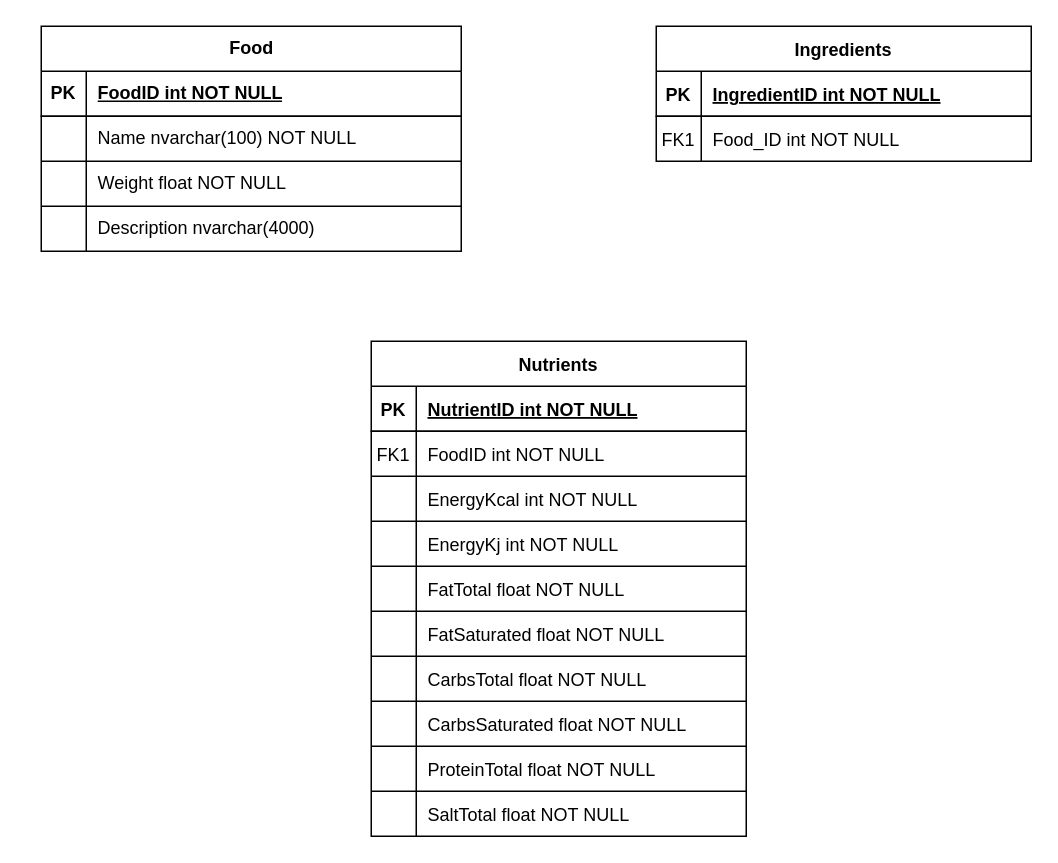
Above: docs/Database Food.drawio in dod0lp/Food-Database (draw.io), before the change. Source tidied: cells renumbered, new cells numbered last; positions are measured from the earlier drawing's top-left corner, leaving out a move shared by most shapes. Both pictures are drawn from the tidied source at 150%, with x=0, y=0 at pixel (40, 26).
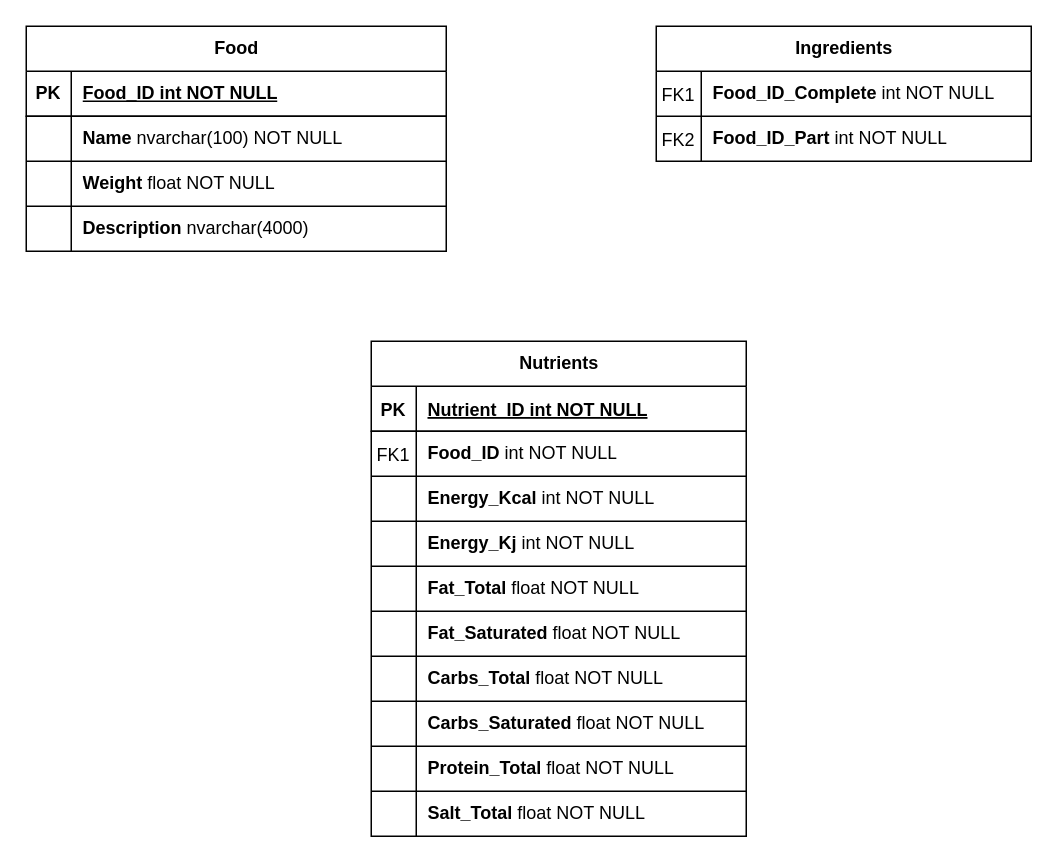
Above is the later version.

Commit message:
Entity diagram looks done

Unchanged cells that the change refers to:
```xml
<mxCell id="10" style="shape=partialRectangle;fillColor=none;top=0;left=0;right=0;bottom=1;" parent="9" vertex="1">
  <mxGeometry y="30" width="250" height="30" as="geometry" />
</mxCell>
<mxCell id="13" style="shape=partialRectangle;fillColor=none;top=0;left=0;right=0;bottom=0;" parent="9" vertex="1">
  <mxGeometry y="60" width="250" height="30" as="geometry" />
</mxCell>
<mxCell id="16" style="shape=partialRectangle;fillColor=none;top=0;left=0;right=0;bottom=0;" parent="9" vertex="1">
  <mxGeometry y="90" width="250" height="30" as="geometry" />
</mxCell>
<mxCell id="19" style="shape=partialRectangle;fillColor=none;top=0;left=0;right=0;bottom=0;" parent="9" vertex="1">
  <mxGeometry y="120" width="250" height="30" as="geometry" />
</mxCell>
<mxCell id="22" style="shape=partialRectangle;fillColor=none;top=0;left=0;right=0;bottom=0;" parent="9" vertex="1">
  <mxGeometry y="150" width="250" height="30" as="geometry" />
</mxCell>
<mxCell id="25" style="shape=partialRectangle;fillColor=none;top=0;left=0;right=0;bottom=0;" parent="9" vertex="1">
  <mxGeometry y="180" width="250" height="30" as="geometry" />
</mxCell>
<mxCell id="28" style="shape=partialRectangle;fillColor=none;top=0;left=0;right=0;bottom=0;" parent="9" vertex="1">
  <mxGeometry y="210" width="250" height="30" as="geometry" />
</mxCell>
<mxCell id="31" style="shape=partialRectangle;fillColor=none;top=0;left=0;right=0;bottom=0;" parent="9" vertex="1">
  <mxGeometry y="240" width="250" height="30" as="geometry" />
</mxCell>
<mxCell id="34" style="shape=partialRectangle;fillColor=none;top=0;left=0;right=0;bottom=0;" parent="9" vertex="1">
  <mxGeometry y="270" width="250" height="30" as="geometry" />
</mxCell>
<mxCell id="37" style="shape=partialRectangle;fillColor=none;top=0;left=0;right=0;bottom=0;" parent="9" vertex="1">
  <mxGeometry y="300" width="250" height="30" as="geometry" />
</mxCell>
<mxCell id="42" style="shape=tableRow;horizontal=0;startSize=0;swimlaneHead=0;swimlaneBody=0;fillColor=none;top=0;left=0;right=0;bottom=1;" parent="41" vertex="1">
  <mxGeometry y="30" width="280" height="30" as="geometry" />
</mxCell>
<mxCell id="45" style="shape=tableRow;horizontal=0;startSize=0;swimlaneHead=0;swimlaneBody=0;fillColor=none;top=0;left=0;right=0;bottom=0;" parent="41" vertex="1">
  <mxGeometry y="60" width="280" height="30" as="geometry" />
</mxCell>
<mxCell id="48" style="shape=tableRow;horizontal=0;startSize=0;swimlaneHead=0;swimlaneBody=0;fillColor=none;top=0;left=0;right=0;bottom=0;" parent="41" vertex="1">
  <mxGeometry y="90" width="280" height="30" as="geometry" />
</mxCell>
<mxCell id="51" style="shape=tableRow;horizontal=0;startSize=0;swimlaneHead=0;swimlaneBody=0;fillColor=none;top=0;left=0;right=0;bottom=0;" parent="41" vertex="1">
  <mxGeometry y="120" width="280" height="30" as="geometry" />
</mxCell>
```

The edit, as a diff of the source:
```diff
@@
-    <mxCell id="2" value="Ingredients" style="shape=table;startSize=30;childLayout=tableLayout;rowLines=1;fontStyle=1;align=center;" parent="1" vertex="1">
+    <mxCell id="2" value="Ingredients" style="shape=table;startSize=30;childLayout=tableLayout;rowLines=1;fontStyle=1;align=center;html=1;" parent="1" vertex="1">
       <mxGeometry x="410" width="250" height="90" as="geometry" />
     </mxCell>
-    <mxCell id="3" style="shape=partialRectangle;fillColor=none;top=0;left=0;right=0;bottom=1;" parent="2" vertex="1">
-      <mxGeometry y="30" width="250" height="30" as="geometry" />
-    </mxCell>
-    <mxCell id="4" value="PK" style="shape=partialRectangle;overflow=hidden;fillColor=none;top=0;left=0;bottom=0;right=0;fontStyle=1;" parent="3" vertex="1">
-      <mxGeometry width="30" height="30" as="geometry" />
-    </mxCell>
-    <mxCell id="5" value="IngredientID int NOT NULL" style="shape=partialRectangle;overflow=hidden;fillColor=none;top=0;left=0;bottom=0;right=0;align=left;spacingLeft=6;fontStyle=5;" parent="3" vertex="1">
-      <mxGeometry x="30" width="220" height="30" as="geometry" />
-    </mxCell>
     <mxCell id="6" style="shape=partialRectangle;fillColor=none;top=0;left=0;right=0;bottom=0;" parent="2" vertex="1">
-      <mxGeometry y="60" width="250" height="30" as="geometry" />
+      <mxGeometry y="30" width="250" height="30" as="geometry" />
     </mxCell>
@@
-    <mxCell id="8" value="Food_ID int NOT NULL" style="shape=partialRectangle;overflow=hidden;fillColor=none;top=0;left=0;bottom=0;right=0;align=left;spacingLeft=6;" parent="6" vertex="1">
+    <mxCell id="8" value="&lt;b&gt;Food_ID_Complete &lt;/b&gt;int NOT NULL" style="shape=partialRectangle;overflow=hidden;fillColor=none;top=0;left=0;bottom=0;right=0;align=left;spacingLeft=6;fontStyle=0;verticalAlign=middle;html=1;" parent="6" vertex="1">
       <mxGeometry x="30" width="220" height="30" as="geometry" />
     </mxCell>
+    <mxCell id="54" style="shape=partialRectangle;fillColor=none;top=0;left=0;right=0;bottom=0;" parent="2" vertex="1">
+      <mxGeometry y="60" width="250" height="30" as="geometry" />
+    </mxCell>
+    <mxCell id="55" value="FK2" style="shape=partialRectangle;overflow=hidden;fillColor=none;top=0;left=0;bottom=0;right=0;" parent="54" vertex="1">
+      <mxGeometry width="30" height="30" as="geometry" />
+    </mxCell>
+    <mxCell id="56" value="&lt;b&gt;Food_ID_Part&lt;/b&gt; int NOT NULL" style="shape=partialRectangle;overflow=hidden;fillColor=none;top=0;left=0;bottom=0;right=0;align=left;spacingLeft=6;html=1;" parent="54" vertex="1">
+      <mxGeometry x="30" width="220" height="30" as="geometry" />
+    </mxCell>
-    <mxCell id="9" value="Nutrients" style="shape=table;startSize=30;childLayout=tableLayout;rowLines=1;fontStyle=1;align=center;" parent="1" vertex="1">
+    <mxCell id="9" value="Nutrients" style="shape=table;startSize=30;childLayout=tableLayout;rowLines=1;fontStyle=1;align=center;html=1;strokeColor=default;fillColor=default;" parent="1" vertex="1">
       <mxGeometry x="220" y="210" width="250" height="330" as="geometry" />
     </mxCell>
@@
-    <mxCell id="12" value="NutrientID int NOT NULL " style="shape=partialRectangle;overflow=hidden;fillColor=none;top=0;left=0;bottom=0;right=0;align=left;spacingLeft=6;fontStyle=5;" parent="10" vertex="1">
+    <mxCell id="12" value="Nutrient_ID int NOT NULL " style="shape=partialRectangle;overflow=hidden;fillColor=none;top=0;left=0;bottom=0;right=0;align=left;spacingLeft=6;fontStyle=5;" parent="10" vertex="1">
       <mxGeometry x="30" width="220" height="30" as="geometry" />
     </mxCell>
@@
-    <mxCell id="15" value="FoodID int NOT NULL" style="shape=partialRectangle;overflow=hidden;fillColor=none;top=0;left=0;bottom=0;right=0;align=left;spacingLeft=6;" parent="13" vertex="1">
+    <mxCell id="15" value="&lt;b&gt;Food_ID &lt;/b&gt;int NOT NULL" style="shape=partialRectangle;overflow=hidden;fillColor=none;top=0;left=0;bottom=0;right=0;align=left;spacingLeft=6;fontStyle=0;html=1;" parent="13" vertex="1">
       <mxGeometry x="30" width="220" height="30" as="geometry" />
     </mxCell>
@@
-    <mxCell id="18" value="EnergyKcal int NOT NULL" style="shape=partialRectangle;overflow=hidden;fillColor=none;top=0;left=0;bottom=0;right=0;align=left;spacingLeft=6;" parent="16" vertex="1">
+    <mxCell id="18" value="&lt;b&gt;Energy_Kcal&lt;/b&gt; int NOT NULL" style="shape=partialRectangle;overflow=hidden;fillColor=none;top=0;left=0;bottom=0;right=0;align=left;spacingLeft=6;fontStyle=0;html=1;" parent="16" vertex="1">
       <mxGeometry x="30" width="220" height="30" as="geometry" />
     </mxCell>
@@
-    <mxCell id="21" value="EnergyKj int NOT NULL" style="shape=partialRectangle;overflow=hidden;fillColor=none;top=0;left=0;bottom=0;right=0;align=left;spacingLeft=6;" parent="19" vertex="1">
+    <mxCell id="21" value="&lt;b&gt;Energy_Kj &lt;/b&gt;int NOT NULL" style="shape=partialRectangle;overflow=hidden;fillColor=none;top=0;left=0;bottom=0;right=0;align=left;spacingLeft=6;html=1;" parent="19" vertex="1">
       <mxGeometry x="30" width="220" height="30" as="geometry" />
     </mxCell>
@@
-    <mxCell id="24" value="FatTotal float NOT NULL" style="shape=partialRectangle;overflow=hidden;fillColor=none;top=0;left=0;bottom=0;right=0;align=left;spacingLeft=6;" parent="22" vertex="1">
+    <mxCell id="24" value="&lt;b&gt;Fat_Total &lt;/b&gt;float NOT NULL" style="shape=partialRectangle;overflow=hidden;fillColor=none;top=0;left=0;bottom=0;right=0;align=left;spacingLeft=6;fontStyle=0;html=1;" parent="22" vertex="1">
       <mxGeometry x="30" width="220" height="30" as="geometry" />
     </mxCell>
@@
-    <mxCell id="27" value="FatSaturated float NOT NULL" style="shape=partialRectangle;overflow=hidden;fillColor=none;top=0;left=0;bottom=0;right=0;align=left;spacingLeft=6;" parent="25" vertex="1">
+    <mxCell id="27" value="&lt;b&gt;Fat_Saturated &lt;/b&gt;float NOT NULL" style="shape=partialRectangle;overflow=hidden;fillColor=none;top=0;left=0;bottom=0;right=0;align=left;spacingLeft=6;html=1;" parent="25" vertex="1">
       <mxGeometry x="30" width="220" height="30" as="geometry" />
     </mxCell>
@@
-    <mxCell id="30" value="CarbsTotal float NOT NULL" style="shape=partialRectangle;overflow=hidden;fillColor=none;top=0;left=0;bottom=0;right=0;align=left;spacingLeft=6;" parent="28" vertex="1">
+    <mxCell id="30" value="&lt;b&gt;Carbs_Total &lt;/b&gt;float NOT NULL" style="shape=partialRectangle;overflow=hidden;fillColor=none;top=0;left=0;bottom=0;right=0;align=left;spacingLeft=6;html=1;" parent="28" vertex="1">
       <mxGeometry x="30" width="220" height="30" as="geometry" />
     </mxCell>
@@
-    <mxCell id="33" value="CarbsSaturated float NOT NULL" style="shape=partialRectangle;overflow=hidden;fillColor=none;top=0;left=0;bottom=0;right=0;align=left;spacingLeft=6;" parent="31" vertex="1">
+    <mxCell id="33" value="&lt;b&gt;Carbs_Saturated &lt;/b&gt;float NOT NULL" style="shape=partialRectangle;overflow=hidden;fillColor=none;top=0;left=0;bottom=0;right=0;align=left;spacingLeft=6;html=1;" parent="31" vertex="1">
       <mxGeometry x="30" width="220" height="30" as="geometry" />
     </mxCell>
@@
-    <mxCell id="36" value="ProteinTotal float NOT NULL" style="shape=partialRectangle;overflow=hidden;fillColor=none;top=0;left=0;bottom=0;right=0;align=left;spacingLeft=6;" parent="34" vertex="1">
+    <mxCell id="36" value="&lt;b&gt;Protein_Total &lt;/b&gt;float NOT NULL" style="shape=partialRectangle;overflow=hidden;fillColor=none;top=0;left=0;bottom=0;right=0;align=left;spacingLeft=6;html=1;" parent="34" vertex="1">
       <mxGeometry x="30" width="220" height="30" as="geometry" />
     </mxCell>
@@
-    <mxCell id="39" value="SaltTotal float NOT NULL" style="shape=partialRectangle;overflow=hidden;fillColor=none;top=0;left=0;bottom=0;right=0;align=left;spacingLeft=6;" parent="37" vertex="1">
+    <mxCell id="39" value="&lt;b&gt;Salt_Total &lt;/b&gt;float NOT NULL" style="shape=partialRectangle;overflow=hidden;fillColor=none;top=0;left=0;bottom=0;right=0;align=left;spacingLeft=6;html=1;" parent="37" vertex="1">
       <mxGeometry x="30" width="220" height="30" as="geometry" />
     </mxCell>
@@
-    <mxCell id="41" value="Food" style="shape=table;startSize=30;childLayout=tableLayout;rowLines=1;fontStyle=1;align=center;html=1;strokeColor=default;fillColor=default;" parent="1" vertex="1">
-      <mxGeometry width="280" height="150" as="geometry" />
+    <mxCell id="41" value="Food" style="shape=table;startSize=30;childLayout=tableLayout;rowLines=1;fontStyle=1;align=center;strokeColor=default;fillColor=default;html=1;" parent="1" vertex="1">
+      <mxGeometry x="-10" width="280" height="150" as="geometry" />
     </mxCell>
@@
-    <mxCell id="44" value="FoodID int NOT NULL" style="shape=partialRectangle;fillColor=none;top=0;left=0;bottom=0;right=0;align=left;spacingLeft=6;fontStyle=5;overflow=hidden;whiteSpace=wrap;html=1;" parent="42" vertex="1">
+    <mxCell id="44" value="Food_ID int NOT NULL" style="shape=partialRectangle;fillColor=none;top=0;left=0;bottom=0;right=0;align=left;spacingLeft=6;fontStyle=5;overflow=hidden;whiteSpace=wrap;html=1;" parent="42" vertex="1">
       <mxGeometry x="30" width="250" height="30" as="geometry" />
     </mxCell>
@@
-    <mxCell id="47" value="Name nvarchar(100) NOT NULL" style="shape=partialRectangle;fillColor=none;top=0;left=0;bottom=0;right=0;align=left;spacingLeft=6;overflow=hidden;whiteSpace=wrap;html=1;" parent="45" vertex="1">
+    <mxCell id="47" value="&lt;b&gt;Name&lt;/b&gt; nvarchar(100) NOT NULL" style="shape=partialRectangle;fillColor=none;top=0;left=0;bottom=0;right=0;align=left;spacingLeft=6;overflow=hidden;whiteSpace=wrap;html=1;" parent="45" vertex="1">
       <mxGeometry x="30" width="250" height="30" as="geometry" />
     </mxCell>
@@
-    <mxCell id="50" value="Weight float NOT NULL" style="shape=partialRectangle;fillColor=none;top=0;left=0;bottom=0;right=0;align=left;spacingLeft=6;overflow=hidden;whiteSpace=wrap;html=1;" parent="48" vertex="1">
+    <mxCell id="50" value="&lt;b&gt;Weight &lt;/b&gt;float NOT NULL" style="shape=partialRectangle;fillColor=none;top=0;left=0;bottom=0;right=0;align=left;spacingLeft=6;overflow=hidden;whiteSpace=wrap;html=1;" parent="48" vertex="1">
       <mxGeometry x="30" width="250" height="30" as="geometry" />
     </mxCell>
@@
-    <mxCell id="53" value="Description nvarchar(4000)" style="shape=partialRectangle;fillColor=none;top=0;left=0;bottom=0;right=0;align=left;spacingLeft=6;overflow=hidden;whiteSpace=wrap;html=1;" parent="51" vertex="1">
+    <mxCell id="53" value="&lt;b&gt;Description&lt;/b&gt; nvarchar(4000)" style="shape=partialRectangle;fillColor=none;top=0;left=0;bottom=0;right=0;align=left;spacingLeft=6;overflow=hidden;whiteSpace=wrap;html=1;" parent="51" vertex="1">
       <mxGeometry x="30" width="250" height="30" as="geometry" />
     </mxCell>
```
